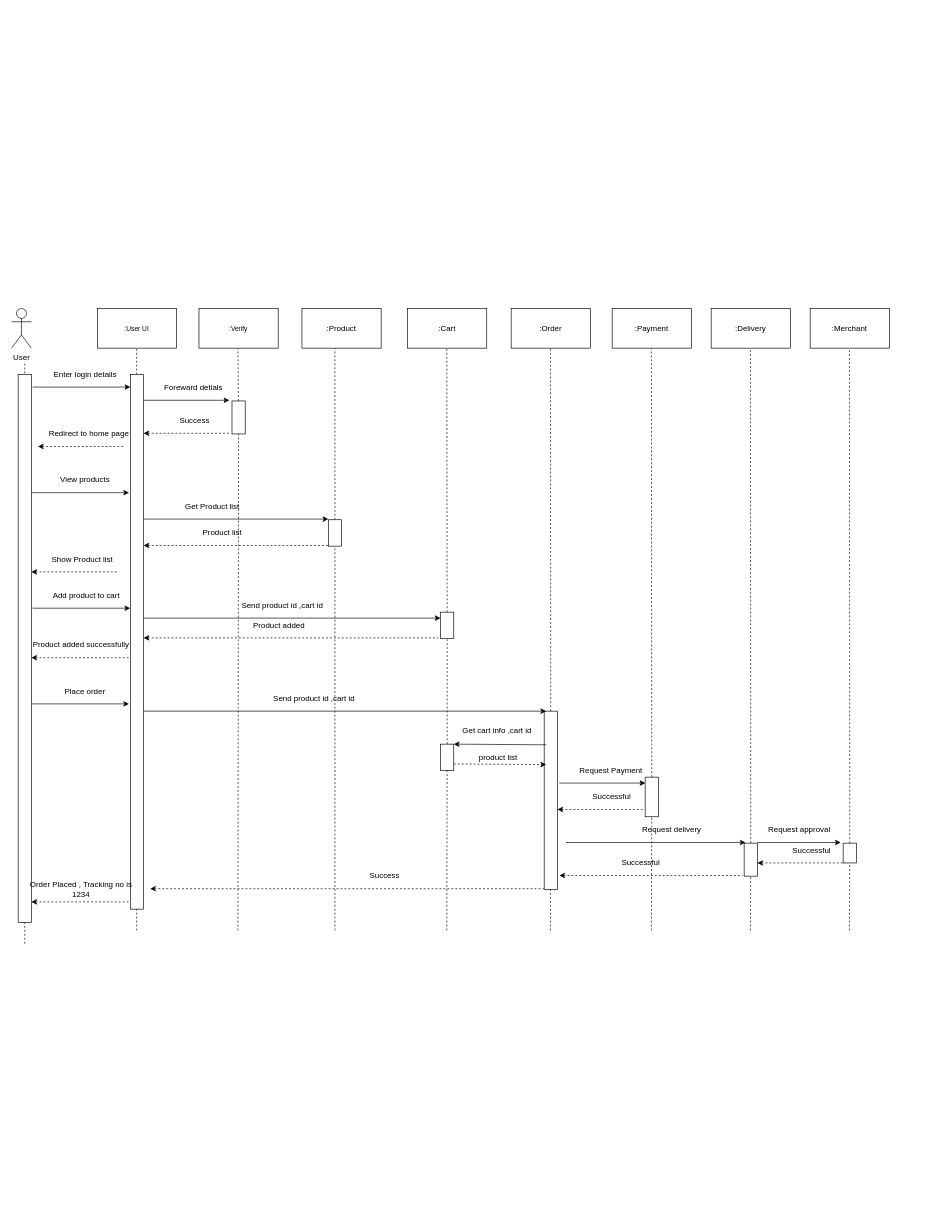
Earlier version of the draw.io diagram page "Page-2" (2 of 2) of archdiag.drawio (MohitBurkule/Onestopshop). Source tidied: cells renumbered, new cells numbered last; positions are measured from the earlier drawing's top-left corner, leaving out a move shared by most shapes. Both pictures are drawn from the tidied source at 66%, with x=0, y=0 at pixel (11, 308).
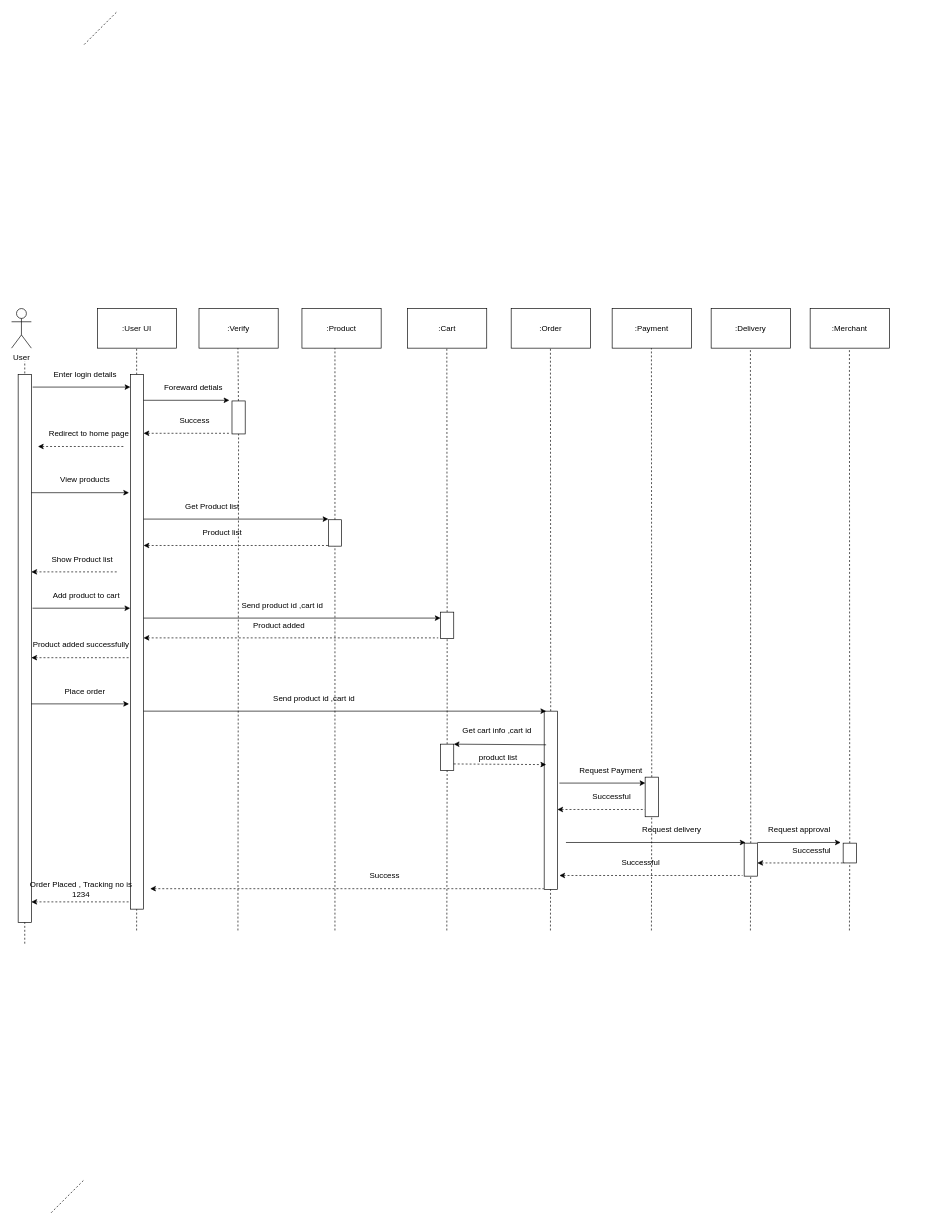
After the change.

Diff of the diagram source:
```diff
@@
-    <mxCell id="2" value="&lt;font size=&quot;1&quot;&gt;:User UI&lt;/font&gt;" style="rounded=0;whiteSpace=wrap;html=1;fontSize=5;" parent="1" vertex="1">
+    <mxCell id="2" value="&lt;font style=&quot;font-size: 12px&quot;&gt;:User UI&lt;/font&gt;" style="rounded=0;whiteSpace=wrap;html=1;fontSize=5;" parent="1" vertex="1">
       <mxGeometry x="130" width="120" height="60" as="geometry" />
     </mxCell>
@@
-    <mxCell id="4" value="&lt;font size=&quot;1&quot;&gt;:Verify&lt;/font&gt;" style="rounded=0;whiteSpace=wrap;html=1;fontSize=5;" parent="1" vertex="1">
+    <mxCell id="4" value="&lt;font style=&quot;font-size: 12px&quot;&gt;:Verify&lt;/font&gt;" style="rounded=0;whiteSpace=wrap;html=1;fontSize=5;" parent="1" vertex="1">
       <mxGeometry x="284" width="120" height="60" as="geometry" />
     </mxCell>
@@
+    <mxCell id="109" style="endArrow=none;dashed=1;html=1;" parent="1" edge="1">
+      <mxGeometry relative="1" as="geometry">
+        <mxPoint x="110" y="-400" as="sourcePoint" />
+        <mxPoint x="160" y="-450" as="targetPoint" />
+      </mxGeometry>
+    </mxCell>
+    <mxCell id="110" style="endArrow=none;dashed=1;html=1;" parent="1" edge="1">
+      <mxGeometry relative="1" as="geometry">
+        <mxPoint x="60" y="1370" as="sourcePoint" />
+        <mxPoint x="110" y="1320" as="targetPoint" />
+      </mxGeometry>
+    </mxCell>
```
